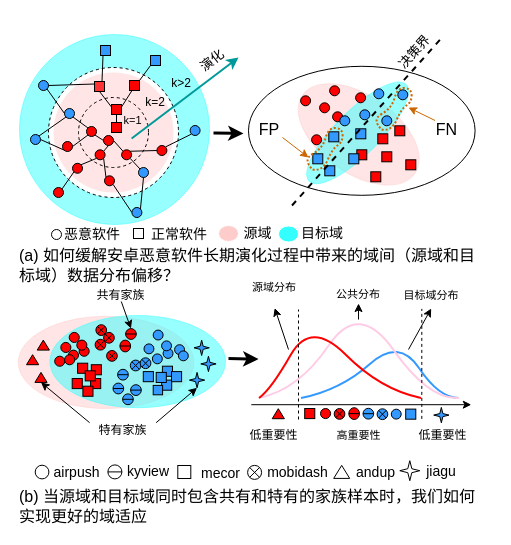
Earlier version of the draw.io diagram introductionFig_汉化.drawio (sunray42/diagrams). Source tidied: cells renumbered, new cells numbered last; positions are measured from the earlier drawing's top-left corner, leaving out a move shared by most shapes. Both pictures are drawn from the tidied source at 100%, with x=0, y=0 at pixel (17, 32).
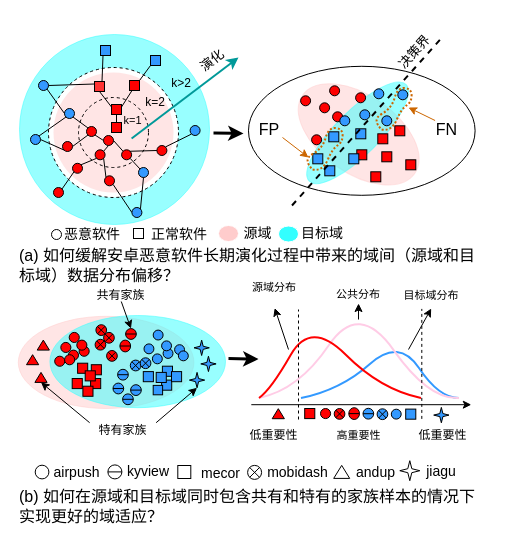
The same page after the edit.

The edit, as a diff of the source:
```diff
@@
-    <mxCell id="119" value="&lt;font style=&quot;font-size: 16px;&quot;&gt;(b) 当源域和目标域同时包含共有和特有的家族样本时，我们如何实现更好的域适应&lt;/font&gt;" style="text;html=1;strokeColor=none;fillColor=none;align=left;verticalAlign=middle;whiteSpace=wrap;rounded=0;fontSize=14;" parent="1" vertex="1">
+    <mxCell id="119" value="&lt;font style=&quot;font-size: 16px;&quot;&gt;(b) 如何在源域和目标域同时包含共有和特有的家族样本的情况下实现更好的域适应？&lt;/font&gt;" style="text;html=1;strokeColor=none;fillColor=none;align=left;verticalAlign=middle;whiteSpace=wrap;rounded=0;fontSize=14;" parent="1" vertex="1">
       <mxGeometry x="-0.2" y="453.9" width="468" height="41.1" as="geometry" />
     </mxCell>
```
